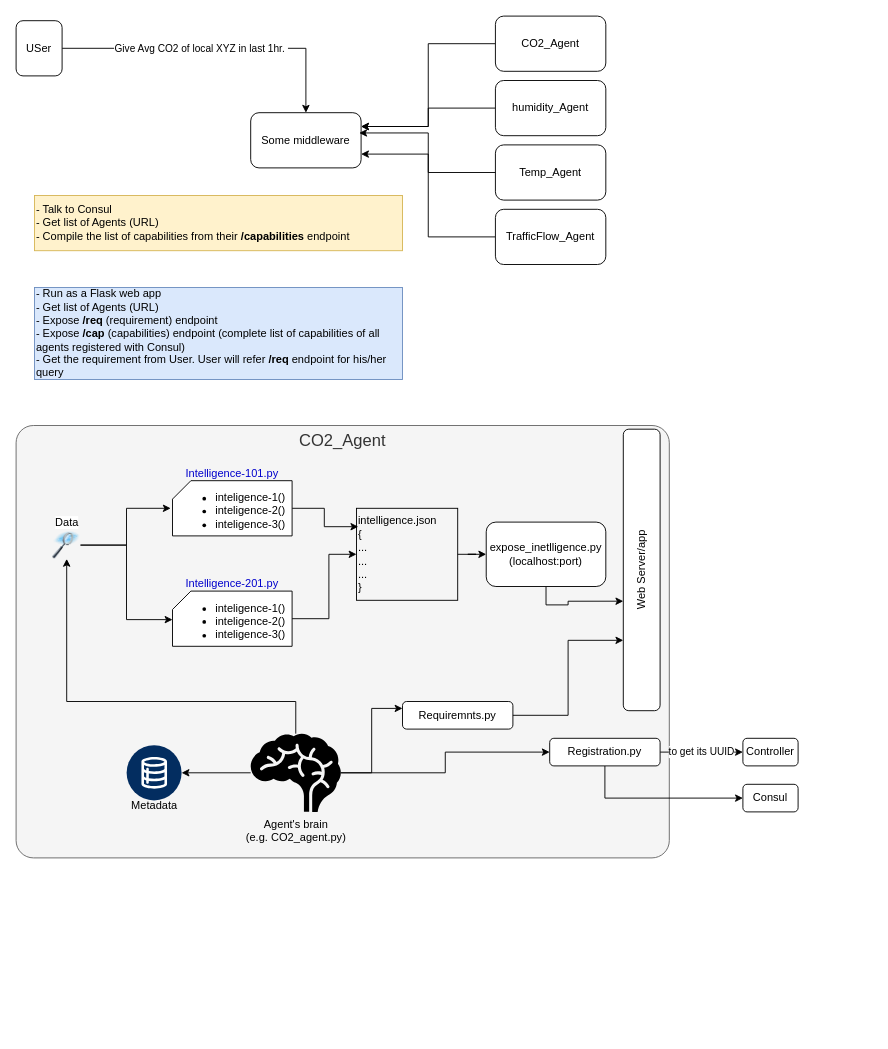
The draw.io diagram CEI_platform/doc/Overall_sy.drawio in chinmaya-dehury/CEI_platform, before the edit. Source tidied: cells renumbered, new cells numbered last; positions are measured from the earlier drawing's top-left corner, leaving out a move shared by most shapes. Both pictures are drawn from the tidied source at 92%, with x=0, y=0 at pixel (16, 16).
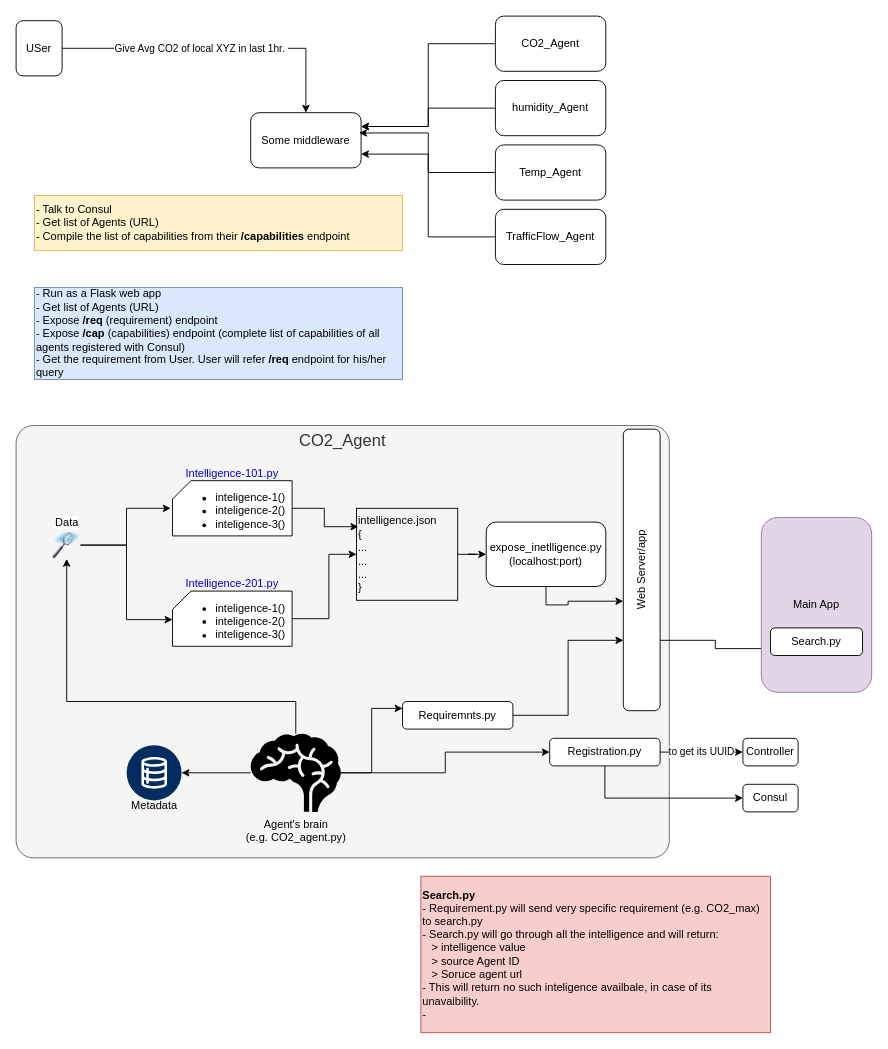
Above is the later version.

The change refers to these unchanged cells:
```xml
<mxCell id="28" value="Web Server/app" style="rounded=1;whiteSpace=wrap;html=1;horizontal=0;" parent="1" vertex="1">
  <mxGeometry x="660" y="449" width="40" height="306" as="geometry" />
</mxCell>
```

Change to the diagram source:
```diff
@@
+    <mxCell id="41" style="edgeStyle=orthogonalEdgeStyle;rounded=0;jettySize=auto;html=1;entryX=0;entryY=0.75;entryDx=0;entryDy=0;exitX=1;exitY=0.75;exitDx=0;exitDy=0;" parent="1" edge="1" source="28" target="44">
+      <mxGeometry relative="1" as="geometry" />
+    </mxCell>
@@
+    <mxCell id="42" value="&lt;b&gt;Search.py&lt;/b&gt;&lt;div&gt;- Requirement.py will send very specific requirement (e.g. CO2_max) to search.py&lt;/div&gt;&lt;div&gt;- Search.py will go through all the intelligence and will return:&lt;br&gt;&amp;nbsp; &amp;nbsp;&amp;gt; intelligence value&lt;/div&gt;&lt;div&gt;&amp;nbsp; &amp;nbsp;&amp;gt; source Agent ID&lt;/div&gt;&lt;div&gt;&amp;nbsp; &amp;nbsp;&amp;gt; Soruce agent url&lt;/div&gt;&lt;div&gt;- This will return no such inteligence availbale, in case of its unavaibility.&amp;nbsp;&lt;/div&gt;&lt;div&gt;-&amp;nbsp;&lt;/div&gt;" style="text;html=1;align=left;verticalAlign=middle;whiteSpace=wrap;rounded=0;fillColor=#f8cecc;strokeColor=#b85450;" parent="1" vertex="1">
+      <mxGeometry x="440" y="935" width="380" height="170" as="geometry" />
+    </mxCell>
+    <mxCell id="43" value="Main App" style="rounded=1;whiteSpace=wrap;html=1;fillColor=#e1d5e7;strokeColor=#9673a6;" parent="1" vertex="1">
+      <mxGeometry x="810" y="545" width="120" height="190" as="geometry" />
+    </mxCell>
+    <mxCell id="44" value="Search.py" style="rounded=1;whiteSpace=wrap;html=1;" parent="1" vertex="1">
+      <mxGeometry x="820" y="665" width="100" height="30" as="geometry" />
+    </mxCell>
```
